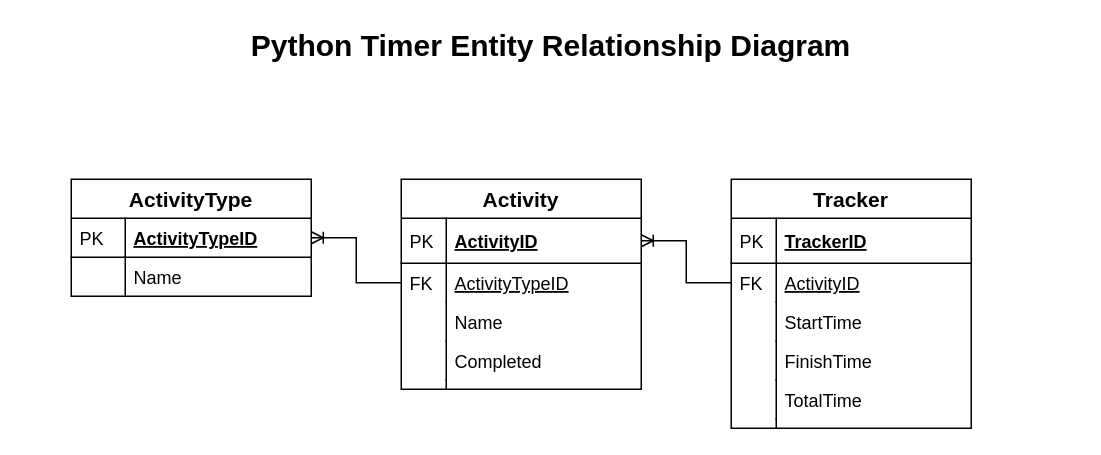
Earlier version of the draw.io diagram Python Timer ERD.drawio (SimonLeaf/Project-P01-Python-Timer). Source tidied: cells renumbered, new cells numbered last; positions are measured from the earlier drawing's top-left corner, leaving out a move shared by most shapes. Both pictures are drawn from the tidied source at 150%, with x=0, y=0 at pixel (26, 28).
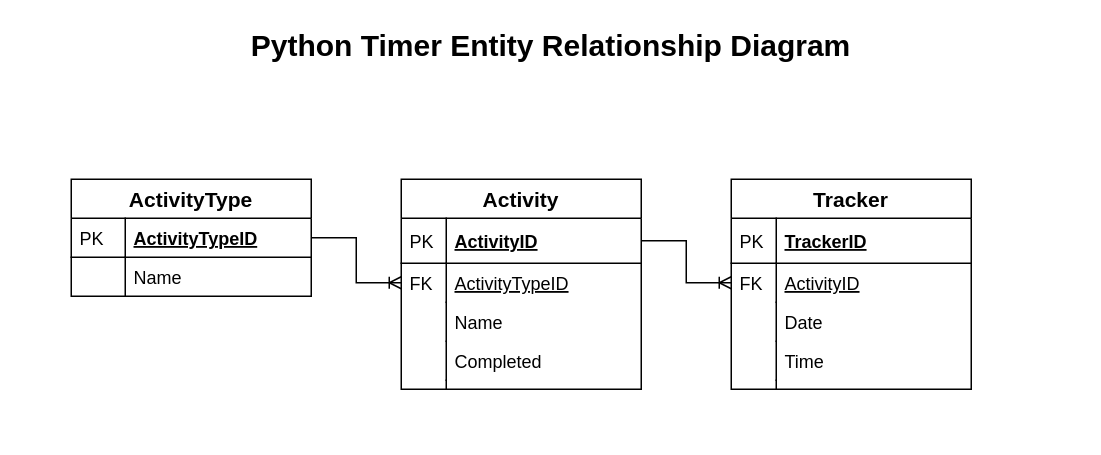
The same diagram, later.

Unchanged cells that the change refers to:
```xml
<mxCell id="3" value="ActivityTypeID" style="shape=partialRectangle;top=0;left=0;right=0;bottom=1;align=left;verticalAlign=top;fillColor=none;spacingLeft=40;spacingRight=4;overflow=hidden;points=[[0,0.5],[1,0.5]];portConstraint=eastwest;rounded=0;shadow=0;strokeWidth=1;fontStyle=5;" parent="2" vertex="1">
  <mxGeometry y="26" width="160" height="26" as="geometry" />
</mxCell>
<mxCell id="8" value="ActivityID" style="shape=partialRectangle;top=0;left=0;right=0;bottom=1;align=left;verticalAlign=middle;fillColor=none;spacingLeft=34;spacingRight=4;overflow=hidden;points=[[0,0.5],[1,0.5]];portConstraint=eastwest;fontStyle=5;fontSize=12;" parent="7" vertex="1">
  <mxGeometry y="26" width="160" height="30" as="geometry" />
</mxCell>
<mxCell id="10" value="ActivityTypeID" style="shape=partialRectangle;top=0;left=0;right=0;bottom=0;align=left;verticalAlign=top;fillColor=none;spacingLeft=34;spacingRight=4;overflow=hidden;points=[[0,0.5],[1,0.5]];portConstraint=eastwest;fontSize=12;fontStyle=4;" parent="7" vertex="1">
  <mxGeometry y="56" width="160" height="26" as="geometry" />
</mxCell>
<mxCell id="22" value="ActivityID" style="shape=partialRectangle;top=0;left=0;right=0;bottom=0;align=left;verticalAlign=top;fillColor=none;spacingLeft=34;spacingRight=4;overflow=hidden;points=[[0,0.5],[1,0.5]];portConstraint=eastwest;fontSize=12;fontStyle=4;" parent="19" vertex="1">
  <mxGeometry y="56" width="160" height="26" as="geometry" />
</mxCell>
```

What changed in the source:
```diff
@@
-    <mxCell id="18" style="edgeStyle=orthogonalEdgeStyle;rounded=0;jettySize=auto;html=1;entryX=1;entryY=0.5;entryDx=0;entryDy=0;endArrow=ERoneToMany;endFill=0;" parent="1" edge="1" source="10" target="3">
-      <mxGeometry relative="1" as="geometry" />
-    </mxCell>
     <mxCell id="19" value="Tracker" style="swimlane;fontStyle=1;horizontal=1;startSize=26;align=center;fontSize=14;" parent="1" vertex="1">
-      <mxGeometry x="470" y="100" width="160" height="166" as="geometry" />
+      <mxGeometry x="470" y="100" width="160" height="140" as="geometry" />
     </mxCell>
@@
-    <mxCell id="24" value="StartTime" style="shape=partialRectangle;top=0;left=0;right=0;bottom=0;align=left;verticalAlign=top;fillColor=none;spacingLeft=34;spacingRight=4;overflow=hidden;fontSize=12;" parent="19" vertex="1">
+    <mxCell id="24" value="Date" style="shape=partialRectangle;top=0;left=0;right=0;bottom=0;align=left;verticalAlign=top;fillColor=none;spacingLeft=34;spacingRight=4;overflow=hidden;fontSize=12;" parent="19" vertex="1">
       <mxGeometry y="82" width="160" height="26" as="geometry" />
     </mxCell>
@@
-    <mxCell id="26" value="FinishTime" style="shape=partialRectangle;top=0;left=0;right=0;bottom=0;align=left;verticalAlign=top;fillColor=none;spacingLeft=34;spacingRight=4;overflow=hidden;fontSize=12;" parent="19" vertex="1">
+    <mxCell id="26" value="Time" style="shape=partialRectangle;top=0;left=0;right=0;bottom=0;align=left;verticalAlign=top;fillColor=none;spacingLeft=34;spacingRight=4;overflow=hidden;fontSize=12;" parent="19" vertex="1">
       <mxGeometry y="108" width="160" height="26" as="geometry" />
     </mxCell>
@@
-    <mxCell id="28" value="TotalTime" style="shape=partialRectangle;top=0;left=0;right=0;bottom=0;align=left;verticalAlign=top;fillColor=none;spacingLeft=34;spacingRight=4;overflow=hidden;fontSize=12;" parent="19" vertex="1">
-      <mxGeometry y="134" width="160" height="26" as="geometry" />
-    </mxCell>
-    <mxCell id="29" style="shape=partialRectangle;top=0;left=0;bottom=0;fillColor=none;align=left;verticalAlign=top;spacingLeft=4;spacingRight=4;overflow=hidden;fontSize=12;" parent="28" vertex="1">
-      <mxGeometry width="30" height="26" as="geometry" />
-    </mxCell>
     <mxCell id="30" style="shape=partialRectangle;top=0;left=0;right=0;bottom=0;align=left;verticalAlign=top;fillColor=none;spacingLeft=34;spacingRight=4;overflow=hidden;fontSize=12;" parent="19" vertex="1">
-      <mxGeometry y="160" width="160" height="6" as="geometry" />
+      <mxGeometry y="134" width="160" height="6" as="geometry" />
     </mxCell>
@@
-    <mxCell id="32" style="edgeStyle=orthogonalEdgeStyle;rounded=0;jettySize=auto;html=1;entryX=1;entryY=0.5;entryDx=0;entryDy=0;endArrow=ERoneToMany;endFill=0;fontSize=14;" parent="1" edge="1" source="22" target="8">
-      <mxGeometry relative="1" as="geometry" />
-    </mxCell>
@@
+    <mxCell id="34" style="edgeStyle=orthogonalEdgeStyle;rounded=0;jettySize=auto;html=1;entryX=0;entryY=0.5;entryDx=0;entryDy=0;endArrow=ERoneToMany;endFill=0;" parent="1" edge="1" source="3" target="10">
+      <mxGeometry relative="1" as="geometry" />
+    </mxCell>
+    <mxCell id="35" style="edgeStyle=orthogonalEdgeStyle;rounded=0;jettySize=auto;html=1;entryX=0;entryY=0.5;entryDx=0;entryDy=0;endArrow=ERoneToMany;endFill=0;" parent="1" edge="1" source="8" target="22">
+      <mxGeometry relative="1" as="geometry" />
+    </mxCell>
```
